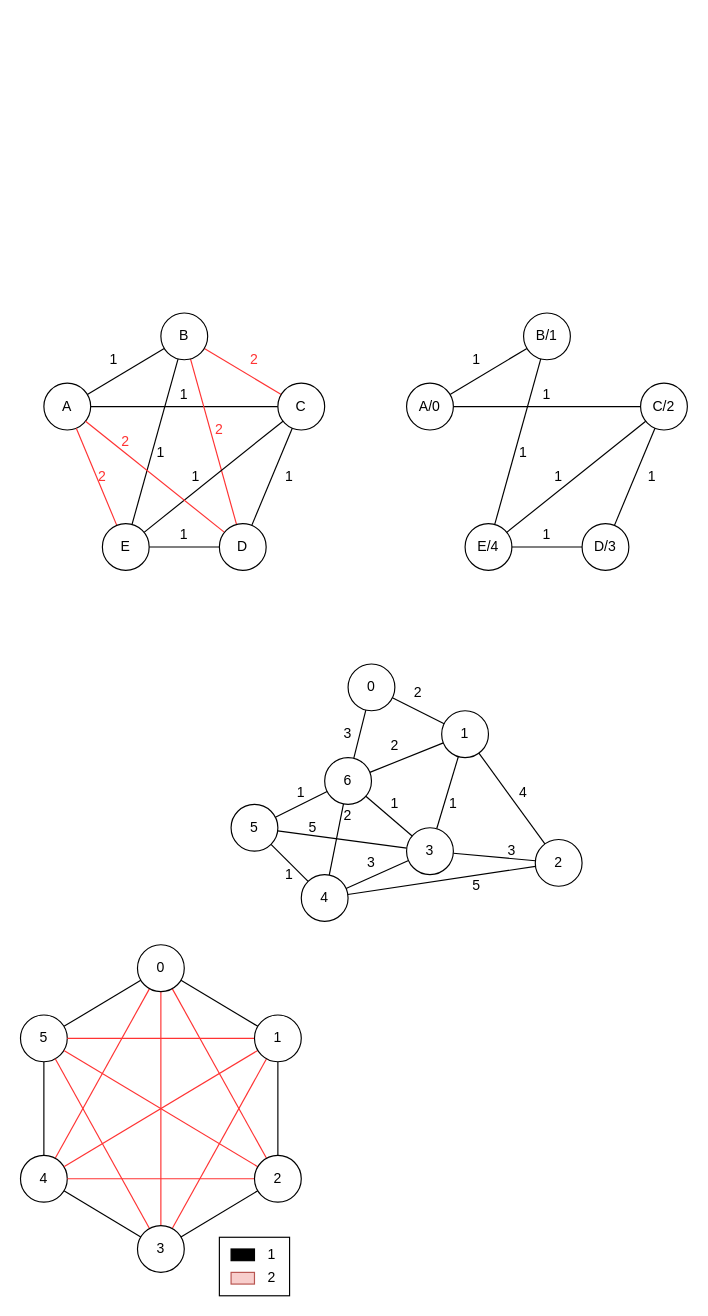
This is schéma/graph.drawio from atarte/-Algorithmique_Avancee, a draw.io file, before an edit. Source tidied: cells renumbered, new cells numbered last; positions are measured from the earlier drawing's top-left corner, leaving out a move shared by most shapes. Both pictures are drawn from the tidied source at 117%, with x=0, y=0 at pixel (20, 312).
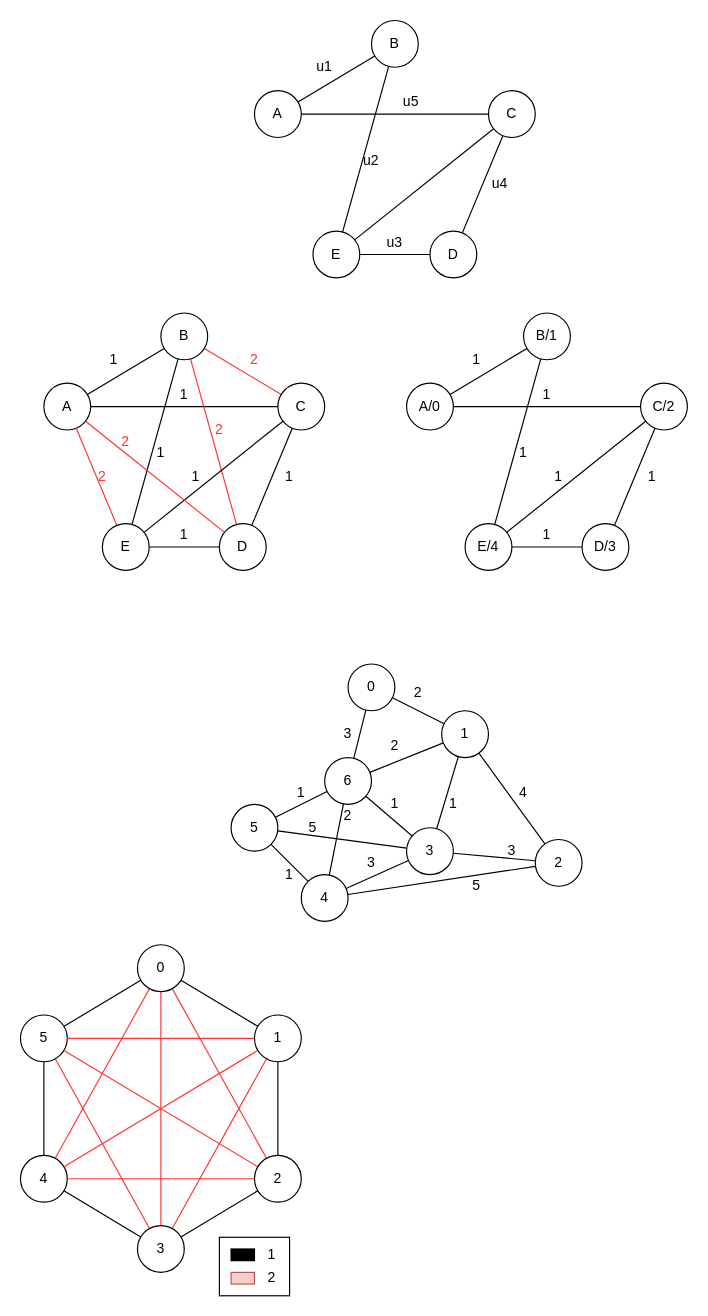
After the change.

What changed in the source:
```diff
@@
+    <mxCell id="103" style="rounded=0;jettySize=auto;html=1;endArrow=none;endFill=0;" parent="1" edge="1" source="105" target="107">
+      <mxGeometry relative="1" as="geometry" />
+    </mxCell>
+    <mxCell id="104" style="edgeStyle=none;rounded=0;jettySize=auto;html=1;endArrow=none;endFill=0;" parent="1" edge="1" source="105" target="109">
+      <mxGeometry relative="1" as="geometry" />
+    </mxCell>
+    <mxCell id="105" value="A" style="ellipse;whiteSpace=wrap;html=1;" parent="1" vertex="1">
+      <mxGeometry x="200" y="-190" width="40" height="40" as="geometry" />
+    </mxCell>
+    <mxCell id="106" style="edgeStyle=none;rounded=0;jettySize=auto;html=1;endArrow=none;endFill=0;" parent="1" edge="1" source="107" target="113">
+      <mxGeometry relative="1" as="geometry" />
+    </mxCell>
+    <mxCell id="107" value="B" style="ellipse;whiteSpace=wrap;html=1;" parent="1" vertex="1">
+      <mxGeometry x="300" y="-250" width="40" height="40" as="geometry" />
+    </mxCell>
+    <mxCell id="108" style="edgeStyle=none;rounded=0;jettySize=auto;html=1;endArrow=none;endFill=0;" parent="1" edge="1" source="109" target="113">
+      <mxGeometry relative="1" as="geometry" />
+    </mxCell>
+    <mxCell id="109" value="C" style="ellipse;whiteSpace=wrap;html=1;" parent="1" vertex="1">
+      <mxGeometry x="400" y="-190" width="40" height="40" as="geometry" />
+    </mxCell>
+    <mxCell id="110" style="edgeStyle=none;rounded=0;jettySize=auto;html=1;endArrow=none;endFill=0;" parent="1" edge="1" source="111" target="109">
+      <mxGeometry relative="1" as="geometry" />
+    </mxCell>
+    <mxCell id="111" value="D" style="ellipse;whiteSpace=wrap;html=1;" parent="1" vertex="1">
+      <mxGeometry x="350" y="-70" width="40" height="40" as="geometry" />
+    </mxCell>
+    <mxCell id="112" style="edgeStyle=none;rounded=0;jettySize=auto;html=1;endArrow=none;endFill=0;" parent="1" edge="1" source="113" target="111">
+      <mxGeometry relative="1" as="geometry" />
+    </mxCell>
+    <mxCell id="113" value="E" style="ellipse;whiteSpace=wrap;html=1;" parent="1" vertex="1">
+      <mxGeometry x="250" y="-70" width="40" height="40" as="geometry" />
+    </mxCell>
+    <mxCell id="114" value="u1" style="text;html=1;strokeColor=none;fillColor=none;align=center;verticalAlign=middle;whiteSpace=wrap;rounded=0;" parent="1" vertex="1">
+      <mxGeometry x="240" y="-220" width="40" height="20" as="geometry" />
+    </mxCell>
+    <mxCell id="115" value="u2" style="text;html=1;strokeColor=none;fillColor=none;align=center;verticalAlign=middle;whiteSpace=wrap;rounded=0;" parent="1" vertex="1">
+      <mxGeometry x="280" y="-140" width="40" height="20" as="geometry" />
+    </mxCell>
+    <mxCell id="116" value="u5" style="text;html=1;strokeColor=none;fillColor=none;align=center;verticalAlign=middle;whiteSpace=wrap;rounded=0;" parent="1" vertex="1">
+      <mxGeometry x="314" y="-190" width="40" height="20" as="geometry" />
+    </mxCell>
+    <mxCell id="117" value="u4" style="text;html=1;strokeColor=none;fillColor=none;align=center;verticalAlign=middle;whiteSpace=wrap;rounded=0;" parent="1" vertex="1">
+      <mxGeometry x="390" y="-120" width="40" height="20" as="geometry" />
+    </mxCell>
+    <mxCell id="118" value="u3" style="text;html=1;strokeColor=none;fillColor=none;align=center;verticalAlign=middle;whiteSpace=wrap;rounded=0;" parent="1" vertex="1">
+      <mxGeometry x="300" y="-70" width="40" height="20" as="geometry" />
+    </mxCell>
```
